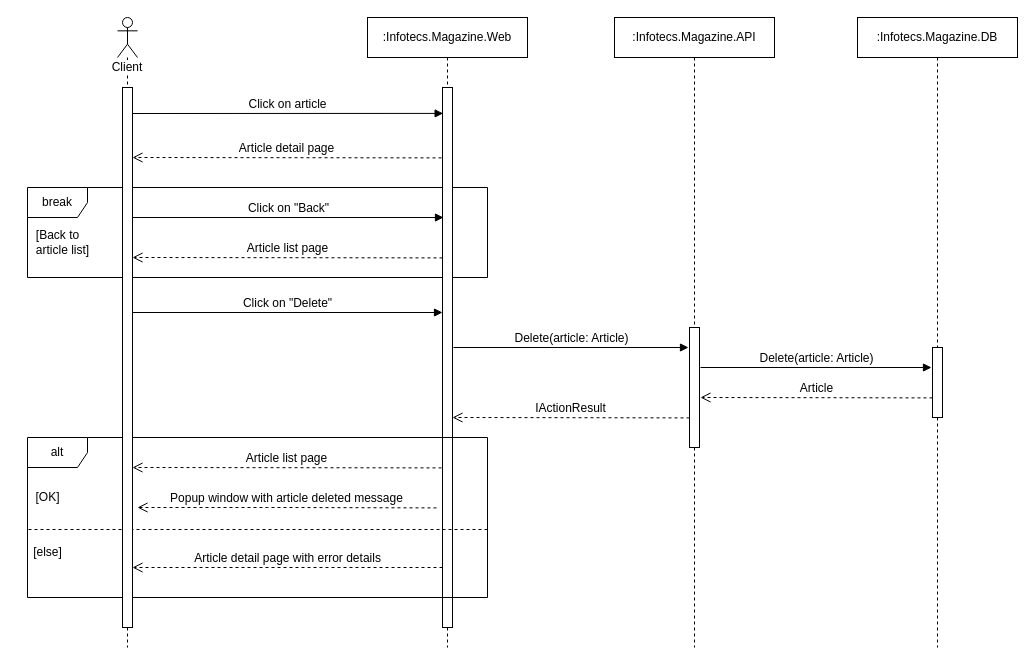
The draw.io diagram Artifacts/Sequence Diagram Delete Article.drawio in HelenMakarchuk/Infotecs.Tasks, before the edit. Source tidied: cells renumbered, new cells numbered last; positions are measured from the earlier drawing's top-left corner, leaving out a move shared by most shapes. Both pictures are drawn from the tidied source at 100%, with x=0, y=0 at pixel (17, 17).
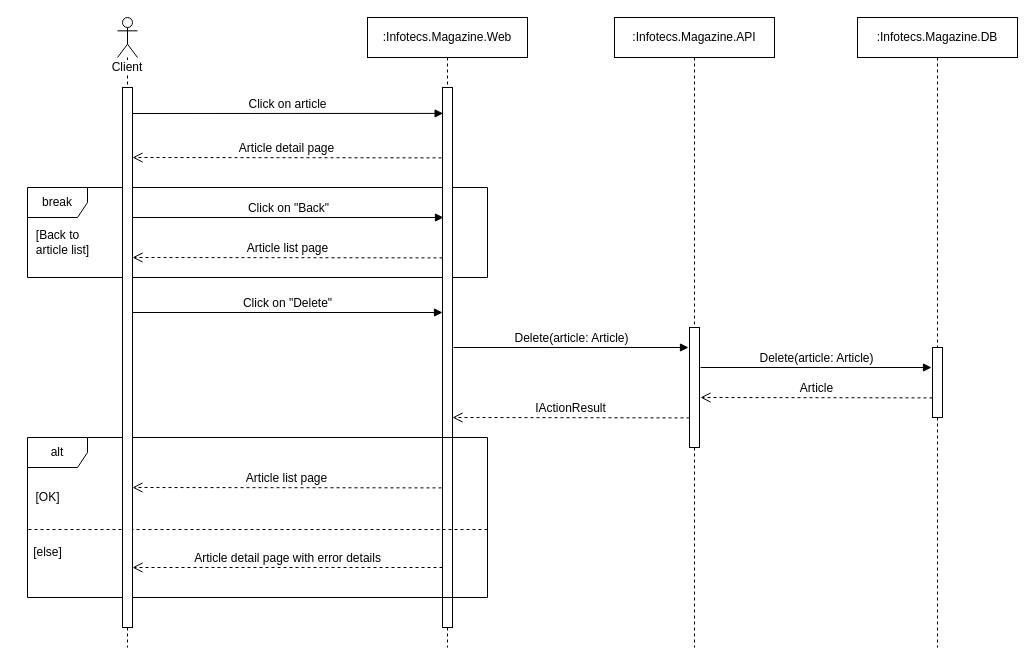
Above is the later version.

Change to the diagram source:
```diff
@@
     <mxCell id="11" value="Article list page" style="html=1;verticalAlign=bottom;endArrow=open;dashed=1;endSize=8;exitX=0.073;exitY=0.158;exitDx=0;exitDy=0;exitPerimeter=0;entryX=1.103;entryY=0.157;entryDx=0;entryDy=0;entryPerimeter=0;fontSize=12;" parent="1" edge="1">
       <mxGeometry relative="1" as="geometry">
-        <mxPoint x="424" y="450.4" as="sourcePoint" />
-        <mxPoint x="115" y="450" as="targetPoint" />
+        <mxPoint x="424" y="470.4" as="sourcePoint" />
+        <mxPoint x="115" y="470" as="targetPoint" />
       </mxGeometry>
     </mxCell>
@@
-    <mxCell id="27" value="Popup window with article deleted message" style="html=1;verticalAlign=bottom;endArrow=open;dashed=1;endSize=8;exitX=0.073;exitY=0.158;exitDx=0;exitDy=0;exitPerimeter=0;fontSize=12;" parent="1" edge="1">
-      <mxGeometry relative="1" as="geometry">
-        <mxPoint x="419" y="490.4" as="sourcePoint" />
-        <mxPoint x="120" y="490" as="targetPoint" />
-        <Array as="points">
-          <mxPoint x="260" y="490" />
-        </Array>
-      </mxGeometry>
-    </mxCell>
```
